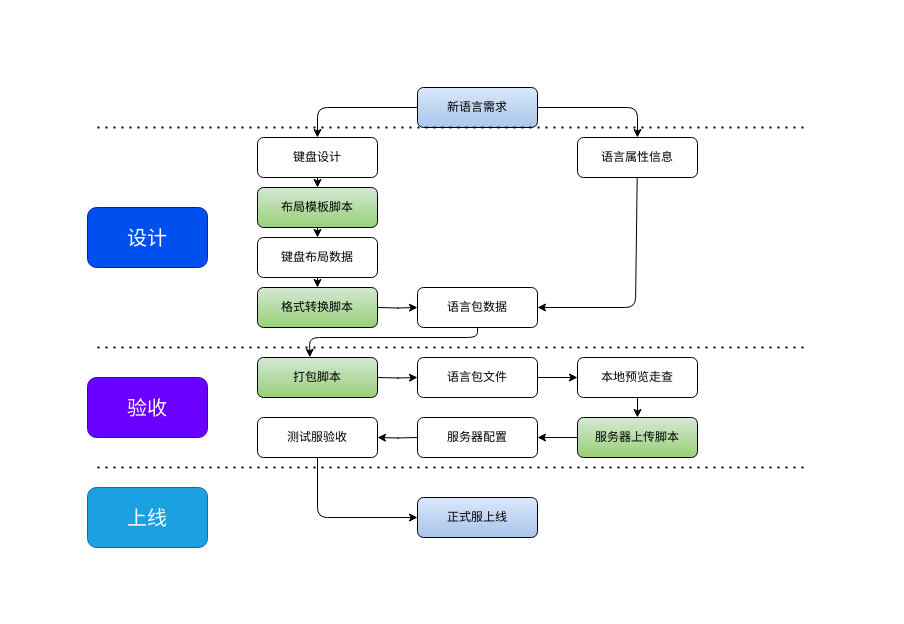
Before: layout-editor/布局编辑器.drawio in chonglv/charts, a draw.io diagram. Source tidied: cells renumbered, new cells numbered last; positions are measured from the earlier drawing's top-left corner, leaving out a move shared by most shapes. Both pictures are drawn from the tidied source at 100%, with x=0, y=0 at pixel (87, 87).
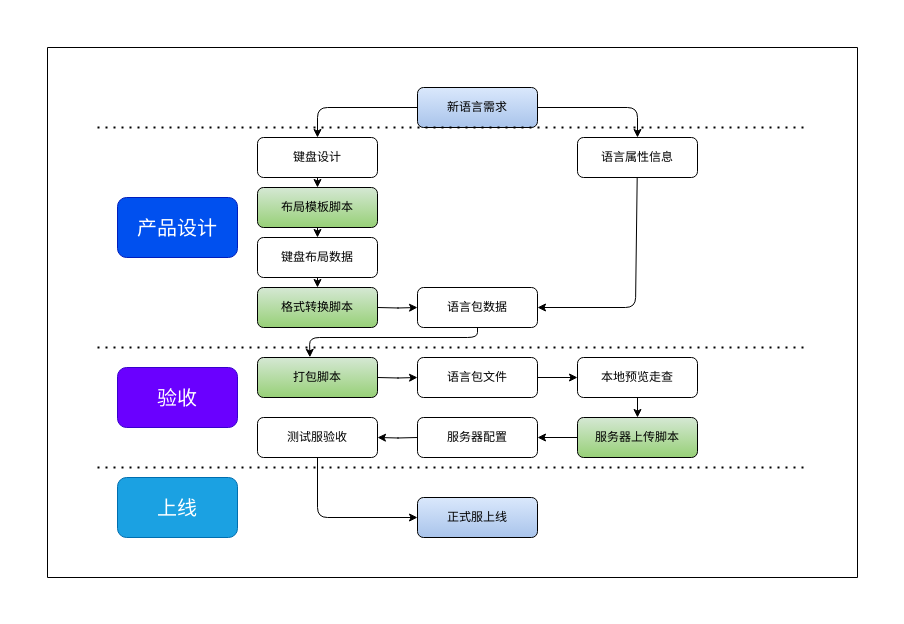
Above is the later version.

Commit message:
Update 布局编辑器.drawio

Diff of the diagram source:
```diff
@@
     <mxCell id="33" value="&lt;font style=&quot;font-size: 20px&quot;&gt;验收&lt;/font&gt;" style="rounded=1;whiteSpace=wrap;html=1;strokeColor=#3700CC;fillColor=#6a00ff;fontColor=#ffffff;" parent="1" vertex="1">
-      <mxGeometry y="290" width="120" height="60" as="geometry" />
+      <mxGeometry x="30" y="280" width="120" height="60" as="geometry" />
     </mxCell>
     <mxCell id="34" value="&lt;font style=&quot;font-size: 20px&quot;&gt;上线&lt;/font&gt;" style="rounded=1;whiteSpace=wrap;html=1;strokeColor=#006EAF;fillColor=#1ba1e2;fontColor=#ffffff;" parent="1" vertex="1">
-      <mxGeometry y="400" width="120" height="60" as="geometry" />
+      <mxGeometry x="30" y="390" width="120" height="60" as="geometry" />
     </mxCell>
-    <mxCell id="35" value="&lt;font style=&quot;font-size: 20px&quot;&gt;设计&lt;/font&gt;" style="rounded=1;whiteSpace=wrap;html=1;strokeColor=#001DBC;fillColor=#0050ef;fontColor=#ffffff;" parent="1" vertex="1">
-      <mxGeometry y="120" width="120" height="60" as="geometry" />
+    <mxCell id="35" value="&lt;font style=&quot;font-size: 20px&quot;&gt;产品设计&lt;/font&gt;" style="rounded=1;whiteSpace=wrap;html=1;strokeColor=#001DBC;fillColor=#0050ef;fontColor=#ffffff;" parent="1" vertex="1">
+      <mxGeometry x="30" y="110" width="120" height="60" as="geometry" />
     </mxCell>
+    <mxCell id="36" style="verticalLabelPosition=bottom;verticalAlign=top;html=1;shape=mxgraph.basic.rect;fillColor2=none;strokeWidth=1;size=20;indent=5;gradientColor=none;fillColor=none;" parent="1" vertex="1">
+      <mxGeometry x="-40" y="-40" width="810" height="530" as="geometry" />
+    </mxCell>
+    <mxCell id="37" style="verticalLabelPosition=bottom;verticalAlign=top;html=1;shape=mxgraph.basic.rect;fillColor2=none;strokeWidth=1;size=20;indent=5;fillColor=none;gradientColor=none;strokeColor=none;" parent="1" vertex="1">
+      <mxGeometry x="-70" y="-70" width="870" height="590" as="geometry" />
+    </mxCell>
```
